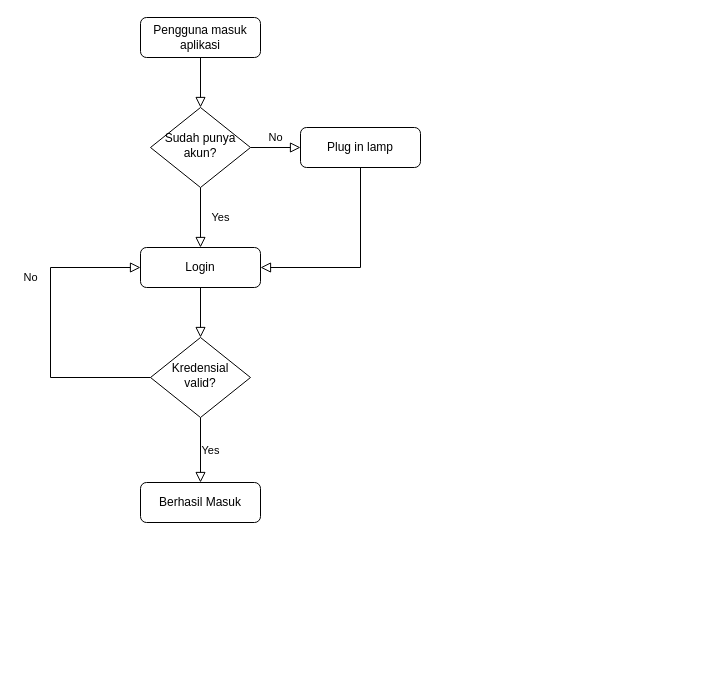
This is LostFound.drawio from ifs21034-itdel/Lost-Found, a draw.io file, before an edit. Source tidied: cells renumbered, new cells numbered last; positions are measured from the earlier drawing's top-left corner, leaving out a move shared by most shapes. Both pictures are drawn from the tidied source at 100%, with x=0, y=0 at pixel (50, 17).
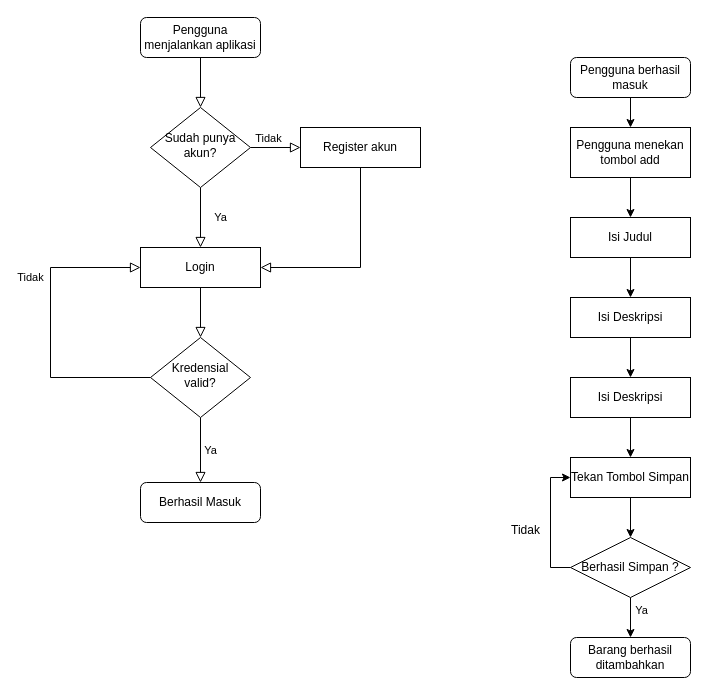
The same page after the edit.

Unchanged cells that the change refers to:
```xml
<mxCell id="6" value="Sudah punya akun?" style="rhombus;whiteSpace=wrap;html=1;shadow=0;fontFamily=Helvetica;fontSize=12;align=center;strokeWidth=1;spacing=6;spacingTop=-4;" parent="1" vertex="1">
  <mxGeometry x="100" y="90" width="100" height="80" as="geometry" />
</mxCell>
<mxCell id="10" value="Kredensial valid?" style="rhombus;whiteSpace=wrap;html=1;shadow=0;fontFamily=Helvetica;fontSize=12;align=center;strokeWidth=1;spacing=6;spacingTop=-4;" parent="1" vertex="1">
  <mxGeometry x="100" y="320" width="100" height="80" as="geometry" />
</mxCell>
<mxCell id="11" value="Berhasil Masuk" style="rounded=1;whiteSpace=wrap;html=1;fontSize=12;glass=0;strokeWidth=1;shadow=0;" parent="1" vertex="1">
  <mxGeometry x="90" y="465" width="120" height="40" as="geometry" />
</mxCell>
```

Diff of the diagram source:
```diff
@@
-    <mxCell id="3" value="Pengguna masuk aplikasi" style="rounded=1;whiteSpace=wrap;html=1;fontSize=12;glass=0;strokeWidth=1;shadow=0;" parent="1" vertex="1">
+    <mxCell id="3" value="Pengguna menjalankan aplikasi" style="rounded=1;whiteSpace=wrap;html=1;fontSize=12;glass=0;strokeWidth=1;shadow=0;" parent="1" vertex="1">
       <mxGeometry x="90" width="120" height="40" as="geometry" />
     </mxCell>
-    <mxCell id="4" value="Yes" style="rounded=0;html=1;jettySize=auto;fontSize=11;endArrow=block;endFill=0;endSize=8;strokeWidth=1;shadow=0;labelBackgroundColor=none;edgeStyle=orthogonalEdgeStyle;entryX=0.5;entryY=0;entryDx=0;entryDy=0;" parent="1" edge="1" source="6" target="12">
+    <mxCell id="4" value="Ya" style="rounded=0;html=1;jettySize=auto;fontSize=11;endArrow=block;endFill=0;endSize=8;strokeWidth=1;shadow=0;labelBackgroundColor=none;edgeStyle=orthogonalEdgeStyle;entryX=0.5;entryY=0;entryDx=0;entryDy=0;" parent="1" edge="1" source="6" target="12">
       <mxGeometry y="20" relative="1" as="geometry" />
     </mxCell>
-    <mxCell id="5" value="No" style="edgeStyle=orthogonalEdgeStyle;rounded=0;html=1;jettySize=auto;fontSize=11;endArrow=block;endFill=0;endSize=8;strokeWidth=1;shadow=0;labelBackgroundColor=none;" parent="1" edge="1" source="6" target="7">
+    <mxCell id="5" style="edgeStyle=orthogonalEdgeStyle;rounded=0;html=1;jettySize=auto;fontSize=11;endArrow=block;endFill=0;endSize=8;strokeWidth=1;shadow=0;labelBackgroundColor=none;" parent="1" edge="1" source="6" target="20">
       <mxGeometry y="10" relative="1" as="geometry" />
     </mxCell>
+    <mxCell id="15" value="Tidak" style="edgeLabel;html=1;align=center;verticalAlign=middle;" parent="5" vertex="1">
+      <mxGeometry x="-0.31" y="-1" relative="1" as="geometry">
+        <mxPoint y="-11" as="offset" />
+      </mxGeometry>
+    </mxCell>
@@
-    <mxCell id="7" value="Plug in lamp" style="rounded=1;whiteSpace=wrap;html=1;fontSize=12;glass=0;strokeWidth=1;shadow=0;" parent="1" vertex="1">
-      <mxGeometry x="250" y="110" width="120" height="40" as="geometry" />
-    </mxCell>
-    <mxCell id="8" value="No" style="rounded=0;html=1;jettySize=auto;fontSize=11;endArrow=block;endFill=0;endSize=8;strokeWidth=1;shadow=0;labelBackgroundColor=none;edgeStyle=orthogonalEdgeStyle;entryX=0;entryY=0.5;entryDx=0;entryDy=0;exitX=0;exitY=0.5;exitDx=0;exitDy=0;" parent="1" edge="1" source="10" target="12">
+    <mxCell id="8" value="Tidak" style="rounded=0;html=1;jettySize=auto;fontSize=11;endArrow=block;endFill=0;endSize=8;strokeWidth=1;shadow=0;labelBackgroundColor=none;edgeStyle=orthogonalEdgeStyle;exitX=0;exitY=0.5;exitDx=0;exitDy=0;" parent="1" edge="1" source="10" target="12">
       <mxGeometry x="0.33" y="20" relative="1" as="geometry">
         <Array as="points">
           <mxPoint y="360" />
           <mxPoint y="250" />
         </Array>
       </mxGeometry>
     </mxCell>
-    <mxCell id="9" value="Yes" style="edgeStyle=orthogonalEdgeStyle;rounded=0;html=1;jettySize=auto;fontSize=11;endArrow=block;endFill=0;endSize=8;strokeWidth=1;shadow=0;labelBackgroundColor=none;" parent="1" edge="1" source="10" target="11">
+    <mxCell id="9" value="Ya" style="edgeStyle=orthogonalEdgeStyle;rounded=0;html=1;jettySize=auto;fontSize=11;endArrow=block;endFill=0;endSize=8;strokeWidth=1;shadow=0;labelBackgroundColor=none;" parent="1" edge="1" source="10" target="11">
       <mxGeometry y="10" relative="1" as="geometry" />
     </mxCell>
@@
-    <mxCell id="12" value="Login" style="rounded=1;whiteSpace=wrap;html=1;fontSize=12;glass=0;strokeWidth=1;shadow=0;" parent="1" vertex="1">
-      <mxGeometry x="90" y="230" width="120" height="40" as="geometry" />
-    </mxCell>
-    <mxCell id="13" style="rounded=0;html=1;jettySize=auto;fontSize=11;endArrow=block;endFill=0;endSize=8;strokeWidth=1;shadow=0;labelBackgroundColor=none;edgeStyle=orthogonalEdgeStyle;entryX=1;entryY=0.5;entryDx=0;entryDy=0;exitX=0.5;exitY=1;exitDx=0;exitDy=0;" parent="1" edge="1" source="7" target="12">
+    <mxCell id="13" style="rounded=0;html=1;jettySize=auto;fontSize=11;endArrow=block;endFill=0;endSize=8;strokeWidth=1;shadow=0;labelBackgroundColor=none;edgeStyle=orthogonalEdgeStyle;" parent="1" edge="1" source="20" target="12">
       <mxGeometry y="20" relative="1" as="geometry">
         <Array as="points">
           <mxPoint x="310" y="250" />
         </Array>
       </mxGeometry>
     </mxCell>
-    <mxCell id="14" style="rounded=0;html=1;jettySize=auto;fontSize=11;endArrow=block;endFill=0;endSize=8;strokeWidth=1;shadow=0;labelBackgroundColor=none;edgeStyle=orthogonalEdgeStyle;exitX=0.5;exitY=1;exitDx=0;exitDy=0;entryX=0.5;entryY=0;entryDx=0;entryDy=0;" parent="1" edge="1" source="12" target="10">
+    <mxCell id="14" style="rounded=0;html=1;jettySize=auto;fontSize=11;endArrow=block;endFill=0;endSize=8;strokeWidth=1;shadow=0;labelBackgroundColor=none;edgeStyle=orthogonalEdgeStyle;entryX=0.5;entryY=0;entryDx=0;entryDy=0;" parent="1" edge="1" source="12" target="10">
       <mxGeometry relative="1" as="geometry" />
     </mxCell>
+    <mxCell id="16" style="edgeStyle=orthogonalEdgeStyle;rounded=0;jettySize=auto;html=1;" parent="1" edge="1" source="17" target="26">
+      <mxGeometry relative="1" as="geometry" />
+    </mxCell>
+    <mxCell id="17" value="Pengguna berhasil masuk" style="rounded=1;whiteSpace=wrap;html=1;" parent="1" vertex="1">
+      <mxGeometry x="520" y="40" width="120" height="40" as="geometry" />
+    </mxCell>
+    <mxCell id="18" style="edgeStyle=orthogonalEdgeStyle;rounded=0;jettySize=auto;html=1;" parent="1" edge="1" source="26" target="25">
+      <mxGeometry relative="1" as="geometry" />
+    </mxCell>
+    <mxCell id="19" style="edgeStyle=orthogonalEdgeStyle;rounded=0;jettySize=auto;html=1;" parent="1" edge="1" source="25" target="24">
+      <mxGeometry relative="1" as="geometry" />
+    </mxCell>
+    <mxCell id="12" value="Login" style="rounded=0;whiteSpace=wrap;html=1;" parent="1" vertex="1">
+      <mxGeometry x="90" y="230" width="120" height="40" as="geometry" />
+    </mxCell>
+    <mxCell id="20" value="Register akun" style="rounded=0;whiteSpace=wrap;html=1;" parent="1" vertex="1">
+      <mxGeometry x="250" y="110" width="120" height="40" as="geometry" />
+    </mxCell>
+    <mxCell id="21" style="edgeStyle=orthogonalEdgeStyle;rounded=0;jettySize=auto;html=1;" parent="1" edge="1" source="22" target="32">
+      <mxGeometry relative="1" as="geometry" />
+    </mxCell>
+    <mxCell id="22" value="Isi Deskripsi" style="rounded=0;whiteSpace=wrap;html=1;" parent="1" vertex="1">
+      <mxGeometry x="520" y="360" width="120" height="40" as="geometry" />
+    </mxCell>
+    <mxCell id="23" style="edgeStyle=orthogonalEdgeStyle;rounded=0;jettySize=auto;html=1;" parent="1" edge="1" source="24" target="22">
+      <mxGeometry relative="1" as="geometry" />
+    </mxCell>
+    <mxCell id="24" value="Isi Deskripsi" style="rounded=0;whiteSpace=wrap;html=1;" parent="1" vertex="1">
+      <mxGeometry x="520" y="280" width="120" height="40" as="geometry" />
+    </mxCell>
+    <mxCell id="25" value="Isi Judul" style="rounded=0;whiteSpace=wrap;html=1;" parent="1" vertex="1">
+      <mxGeometry x="520" y="200" width="120" height="40" as="geometry" />
+    </mxCell>
+    <mxCell id="26" value="Pengguna menekan tombol add" style="rounded=0;whiteSpace=wrap;html=1;" parent="1" vertex="1">
+      <mxGeometry x="520" y="110" width="120" height="50" as="geometry" />
+    </mxCell>
+    <mxCell id="27" style="edgeStyle=orthogonalEdgeStyle;rounded=0;jettySize=auto;html=1;" parent="1" edge="1" source="30" target="33">
+      <mxGeometry relative="1" as="geometry" />
+    </mxCell>
+    <mxCell id="28" value="Ya" style="edgeLabel;html=1;align=center;verticalAlign=middle;" parent="27" vertex="1">
+      <mxGeometry x="-0.39" y="2" relative="1" as="geometry">
+        <mxPoint x="8" as="offset" />
+      </mxGeometry>
+    </mxCell>
+    <mxCell id="29" style="edgeStyle=orthogonalEdgeStyle;rounded=0;jettySize=auto;html=1;entryX=0;entryY=0.5;entryDx=0;entryDy=0;exitX=0;exitY=0.5;exitDx=0;exitDy=0;" parent="1" edge="1" source="30" target="32">
+      <mxGeometry relative="1" as="geometry" />
+    </mxCell>
+    <mxCell id="30" value="Berhasil Simpan ?" style="rhombus;whiteSpace=wrap;html=1;" parent="1" vertex="1">
+      <mxGeometry x="520" y="520" width="120" height="60" as="geometry" />
+    </mxCell>
+    <mxCell id="31" style="edgeStyle=orthogonalEdgeStyle;rounded=0;jettySize=auto;html=1;" parent="1" edge="1" source="32" target="30">
+      <mxGeometry relative="1" as="geometry" />
+    </mxCell>
+    <mxCell id="32" value="Tekan Tombol Simpan" style="rounded=0;whiteSpace=wrap;html=1;" parent="1" vertex="1">
+      <mxGeometry x="520" y="440" width="120" height="40" as="geometry" />
+    </mxCell>
+    <mxCell id="33" value="Barang berhasil ditambahkan" style="rounded=1;whiteSpace=wrap;html=1;" parent="1" vertex="1">
+      <mxGeometry x="520" y="620" width="120" height="40" as="geometry" />
+    </mxCell>
+    <mxCell id="34" value="Tidak" style="text;html=1;align=center;verticalAlign=middle;strokeColor=none;fillColor=none;" parent="1" vertex="1">
+      <mxGeometry x="450" y="498" width="50" height="30" as="geometry" />
+    </mxCell>
```
